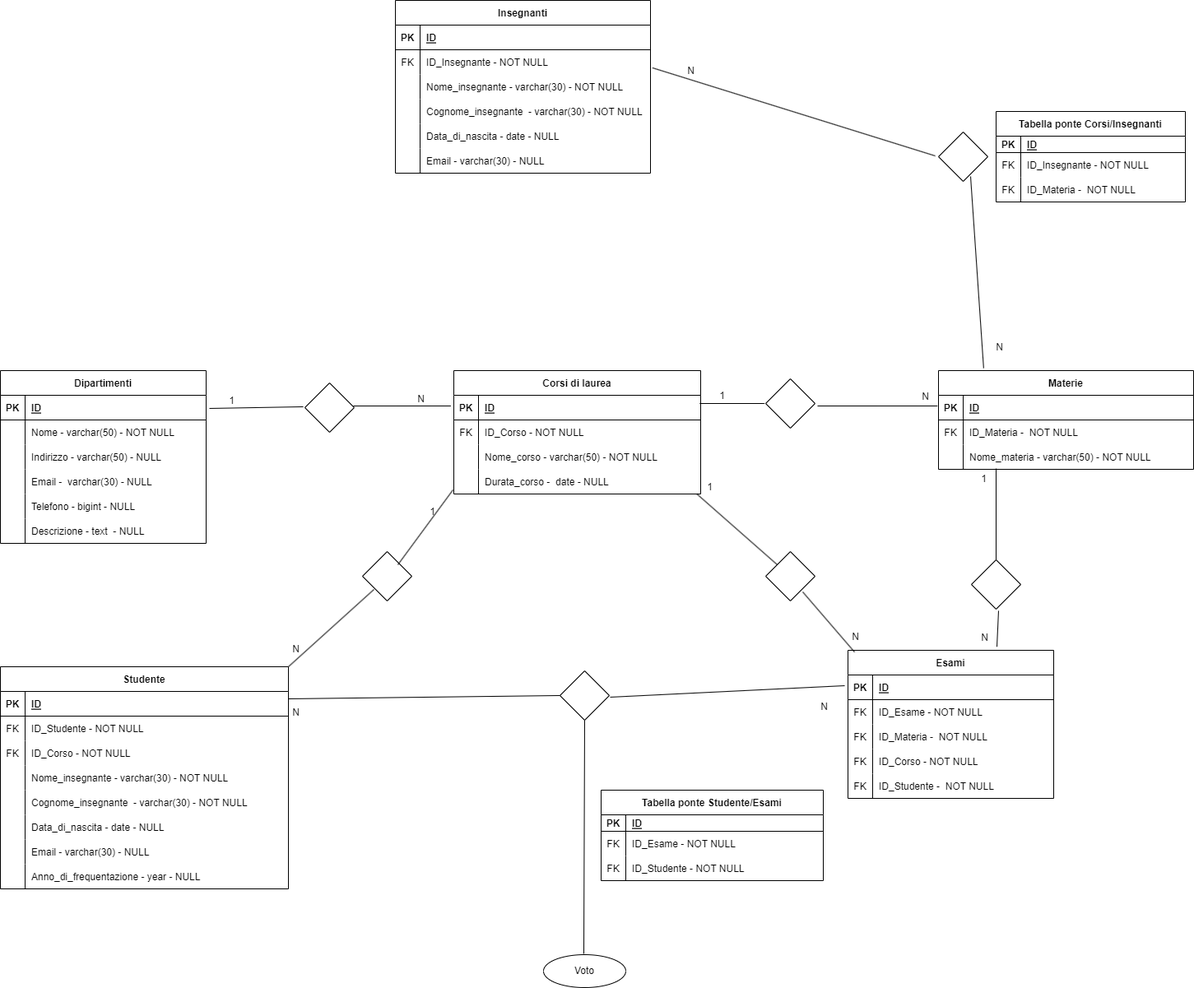
The draw.io diagram db-university.png in fabiomuzzu/db-university, before a commit. Source tidied: cells renumbered, new cells last; positions are measured from the earlier drawing's top-left corner, leaving out a move shared by most shapes.
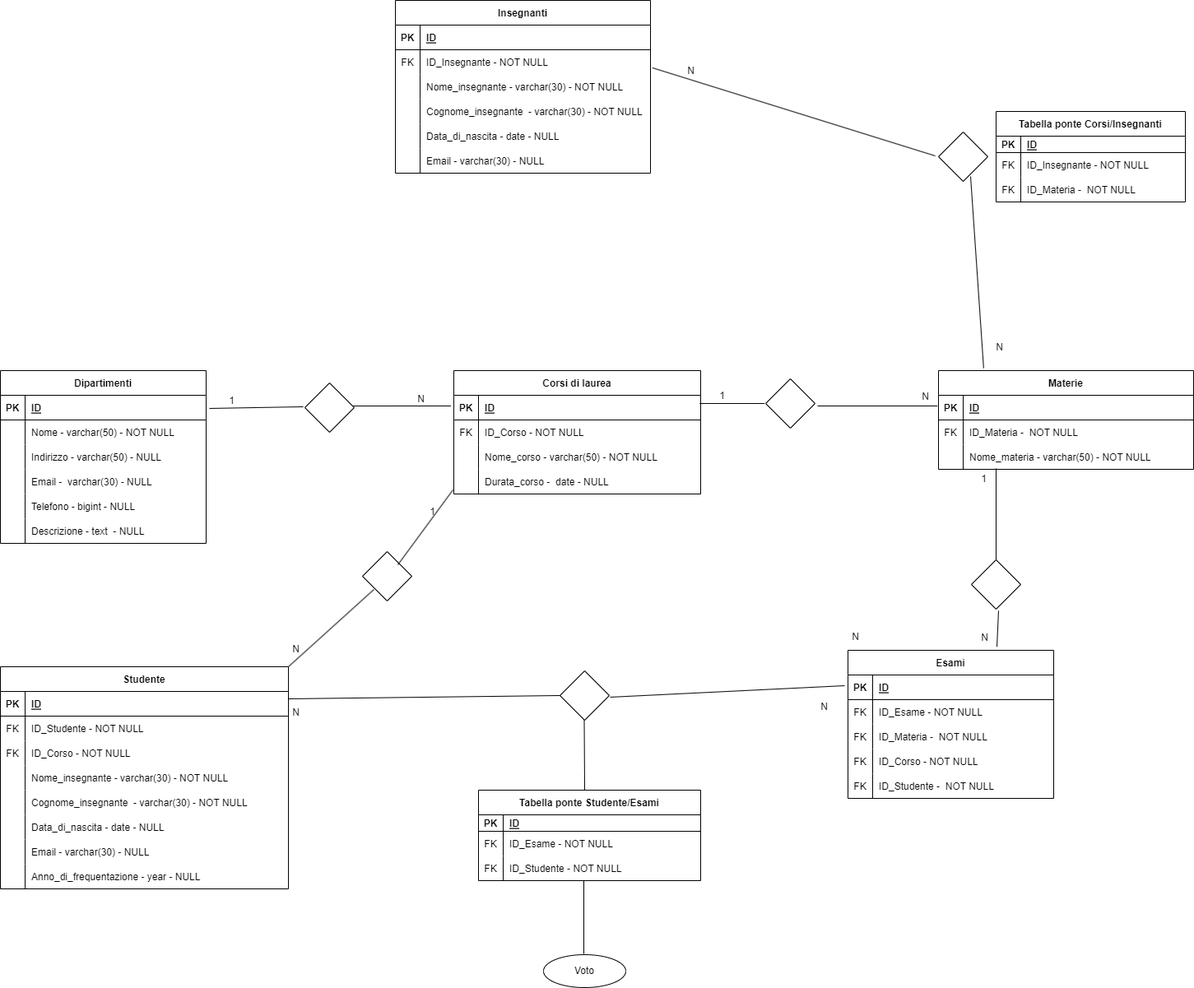
After the change.

Change to the diagram source:
```diff
@@ -255,8 +255,10 @@
     <mxCell id="84" value="Voto" style="ellipse;whiteSpace=wrap;html=1;align=center;" parent="1" vertex="1">
       <mxGeometry x="660" y="1160" width="100" height="40" as="geometry" />
     </mxCell>
-    <mxCell id="85" style="endArrow=none;html=1;rounded=0;exitX=0.49;exitY=-0.025;exitDx=0;exitDy=0;exitPerimeter=0;entryX=0.5;entryY=0.917;entryDx=0;entryDy=0;entryPerimeter=0;" parent="1" edge="1" source="84" target="115">
-      <mxGeometry relative="1" as="geometry" />
+    <mxCell id="85" style="endArrow=none;html=1;rounded=0;exitX=0.49;exitY=-0.025;exitDx=0;exitDy=0;exitPerimeter=0;" parent="1" edge="1" source="84">
+      <mxGeometry relative="1" as="geometry">
+        <mxPoint x="709" y="1070" as="targetPoint" />
+      </mxGeometry>
     </mxCell>
     <mxCell id="86" style="shape=rhombus;perimeter=rhombusPerimeter;whiteSpace=wrap;html=1;align=center;" parent="1" vertex="1">
       <mxGeometry x="930" y="460" width="60" height="60" as="geometry" />
@@ -349,22 +351,6 @@
         <mxPoint x="47" y="-56" as="offset" />
       </mxGeometry>
     </mxCell>
-    <mxCell id="111" style="shape=rhombus;perimeter=rhombusPerimeter;whiteSpace=wrap;html=1;align=center;" parent="1" vertex="1">
-      <mxGeometry x="930" y="670" width="60" height="60" as="geometry" />
-    </mxCell>
-    <mxCell id="112" style="endArrow=none;html=1;rounded=0;entryX=0.988;entryY=1;entryDx=0;entryDy=0;entryPerimeter=0;" parent="1" edge="1" source="111">
-      <mxGeometry relative="1" as="geometry">
-        <mxPoint x="846.4" y="600" as="targetPoint" />
-      </mxGeometry>
-    </mxCell>
-    <mxCell id="113" value="1" style="html=1;whiteSpace=wrap;align=right;verticalAlign=bottom;" parent="112" vertex="1">
-      <mxGeometry x="1" relative="1" as="geometry">
-        <mxPoint x="21" as="offset" />
-      </mxGeometry>
-    </mxCell>
-    <mxCell id="114" style="endArrow=none;html=1;rounded=0;entryX=0.75;entryY=0.817;entryDx=0;entryDy=0;entryPerimeter=0;exitX=0.032;exitY=0.012;exitDx=0;exitDy=0;exitPerimeter=0;" parent="1" edge="1" source="68" target="111">
-      <mxGeometry relative="1" as="geometry" />
-    </mxCell>
     <mxCell id="115" style="shape=rhombus;perimeter=rhombusPerimeter;whiteSpace=wrap;html=1;align=center;" parent="1" vertex="1">
       <mxGeometry x="680" y="815" width="60" height="60" as="geometry" />
     </mxCell>
@@ -390,7 +376,7 @@
       </mxGeometry>
     </mxCell>
     <mxCell id="121" value="Tabella ponte Studente/Esami" style="shape=table;startSize=30;rowLines=0;fontStyle=1;align=center;" parent="1" vertex="1">
-      <mxGeometry x="730" y="960" width="270" height="110" as="geometry" />
+      <mxGeometry x="581" y="960" width="270" height="110" as="geometry" />
     </mxCell>
     <mxCell id="122" style="shape=partialRectangle;fillColor=none;top=0;left=0;right=0;bottom=1;" parent="121" vertex="1">
       <mxGeometry y="30" width="270" height="20" as="geometry" />
@@ -516,5 +502,11 @@
         <mxPoint x="-10" y="21" as="offset" />
       </mxGeometry>
     </mxCell>
+    <mxCell id="161" style="endArrow=none;html=1;rounded=0;" parent="1" edge="1">
+      <mxGeometry relative="1" as="geometry">
+        <mxPoint x="710" y="960" as="sourcePoint" />
+        <mxPoint x="709.5" y="875" as="targetPoint" />
+      </mxGeometry>
+    </mxCell>
   </root>
 </mxGraphModel>
```
